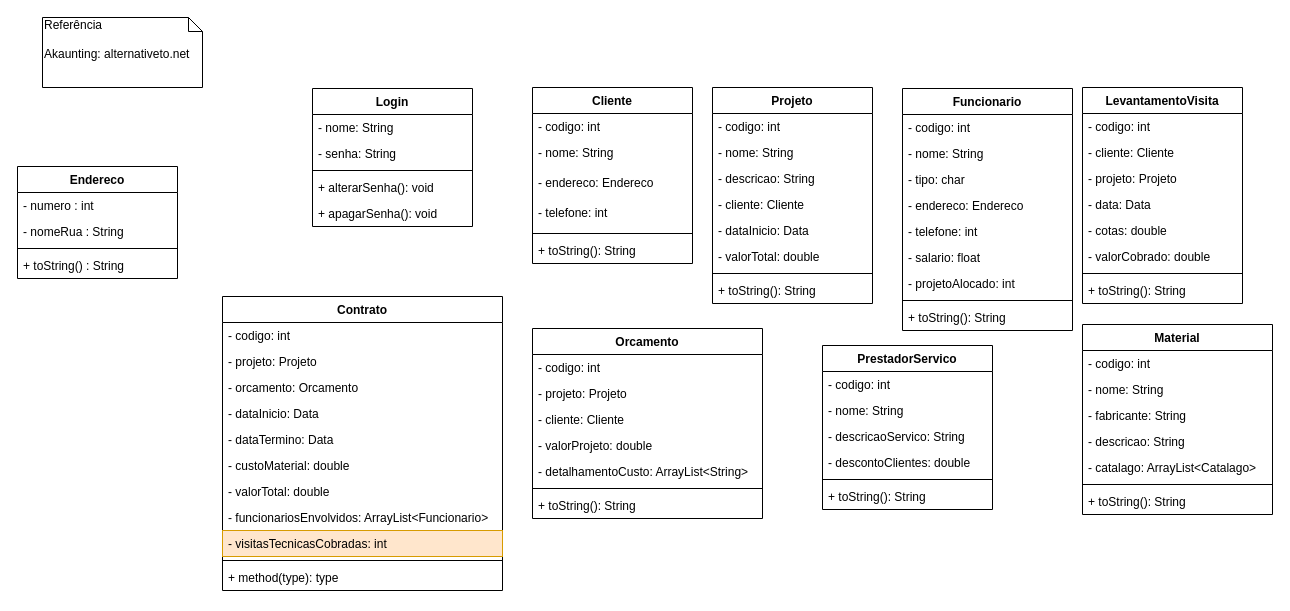
The draw.io diagram Uml_lp2.drawio in diegolima362/arquitetura, before the edit. Source tidied: cells renumbered, new cells numbered last; positions are measured from the earlier drawing's top-left corner, leaving out a move shared by most shapes. Both pictures are drawn from the tidied source at 100%, with x=0, y=0 at pixel (17, 17).
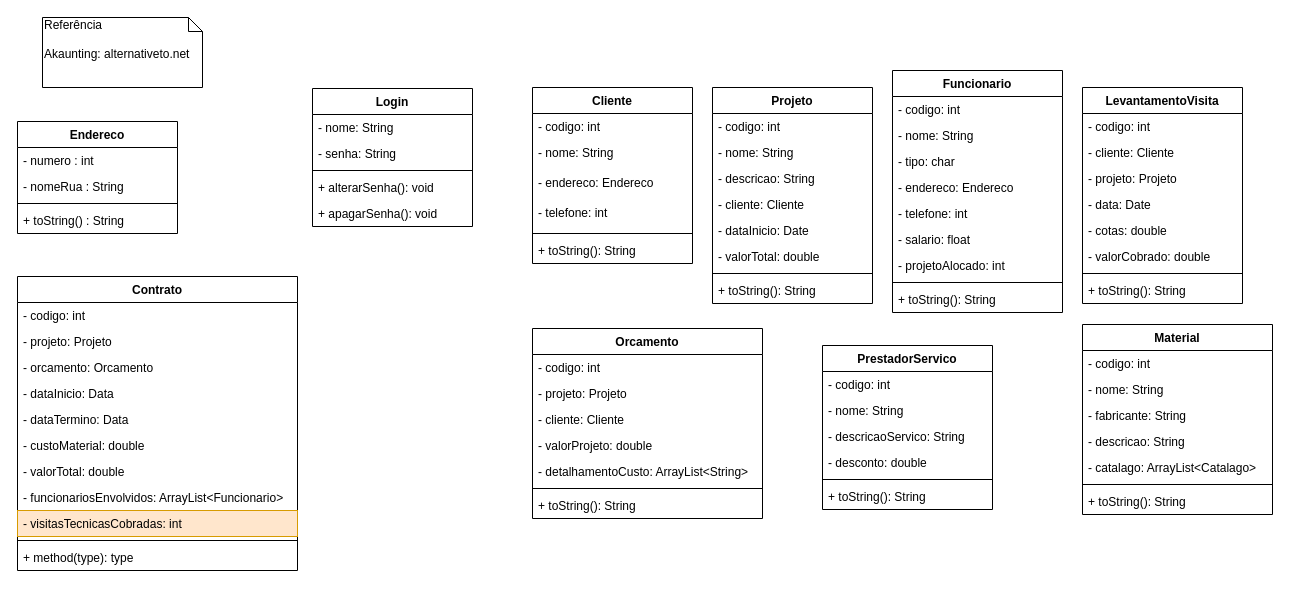
After the change.

The change refers to these unchanged cells:
```xml
<mxCell id="9" value="Projeto" style="swimlane;fontStyle=1;align=center;verticalAlign=top;horizontal=1;startSize=26;fillColor=none;gradientColor=none;" parent="1" vertex="1">
  <mxGeometry x="695" y="70" width="160" height="216" as="geometry" />
</mxCell>
<mxCell id="28" value="PrestadorServico" style="swimlane;fontStyle=1;align=center;verticalAlign=top;horizontal=1;startSize=26;fillColor=none;gradientColor=none;" parent="1" vertex="1">
  <mxGeometry x="805" y="328" width="170" height="164" as="geometry" />
</mxCell>
<mxCell id="35" value="LevantamentoVisita" style="swimlane;fontStyle=1;align=center;verticalAlign=top;horizontal=1;startSize=26;fillColor=none;gradientColor=none;" parent="1" vertex="1">
  <mxGeometry x="1065" y="70" width="160" height="216" as="geometry" />
</mxCell>
```

The edit, as a diff of the source:
```diff
@@
-    <mxCell id="14" value="- dataInicio: Data" style="text;strokeColor=none;fillColor=none;align=left;verticalAlign=top;spacingLeft=4;spacingRight=4;overflow=hidden;" parent="9" vertex="1">
+    <mxCell id="14" value="- dataInicio: Date" style="text;strokeColor=none;fillColor=none;align=left;verticalAlign=top;spacingLeft=4;spacingRight=4;overflow=hidden;" parent="9" vertex="1">
       <mxGeometry y="130" width="160" height="26" as="geometry" />
     </mxCell>
@@
     <mxCell id="18" value="Funcionario" style="swimlane;fontStyle=1;align=center;verticalAlign=top;horizontal=1;startSize=26;fillColor=none;gradientColor=none;" parent="1" vertex="1">
-      <mxGeometry x="885" y="71" width="170" height="242" as="geometry" />
+      <mxGeometry x="875" y="53" width="170" height="242" as="geometry" />
     </mxCell>
@@
-    <mxCell id="32" value="- descontoClientes: double" style="text;strokeColor=none;fillColor=none;align=left;verticalAlign=top;spacingLeft=4;spacingRight=4;overflow=hidden;" parent="28" vertex="1">
+    <mxCell id="32" value="- desconto: double" style="text;strokeColor=none;fillColor=none;align=left;verticalAlign=top;spacingLeft=4;spacingRight=4;overflow=hidden;" parent="28" vertex="1">
       <mxGeometry y="104" width="170" height="26" as="geometry" />
     </mxCell>
@@
-    <mxCell id="39" value="- data: Data" style="text;strokeColor=none;fillColor=none;align=left;verticalAlign=top;spacingLeft=4;spacingRight=4;overflow=hidden;" parent="35" vertex="1">
+    <mxCell id="39" value="- data: Date" style="text;strokeColor=none;fillColor=none;align=left;verticalAlign=top;spacingLeft=4;spacingRight=4;overflow=hidden;" parent="35" vertex="1">
       <mxGeometry y="104" width="160" height="26" as="geometry" />
     </mxCell>
@@
     <mxCell id="60" value="Contrato" style="swimlane;fontStyle=1;align=center;verticalAlign=top;horizontal=1;startSize=26;fillColor=none;gradientColor=none;" parent="1" vertex="1">
-      <mxGeometry x="205" y="279" width="280" height="294" as="geometry" />
+      <mxGeometry y="259" width="280" height="294" as="geometry" />
     </mxCell>
@@
     <mxCell id="79" value="Endereco" style="swimlane;fontStyle=1;align=center;verticalAlign=top;horizontal=1;startSize=26;" parent="1" vertex="1">
-      <mxGeometry y="149" width="160" height="112" as="geometry" />
+      <mxGeometry y="104" width="160" height="112" as="geometry" />
     </mxCell>
```
